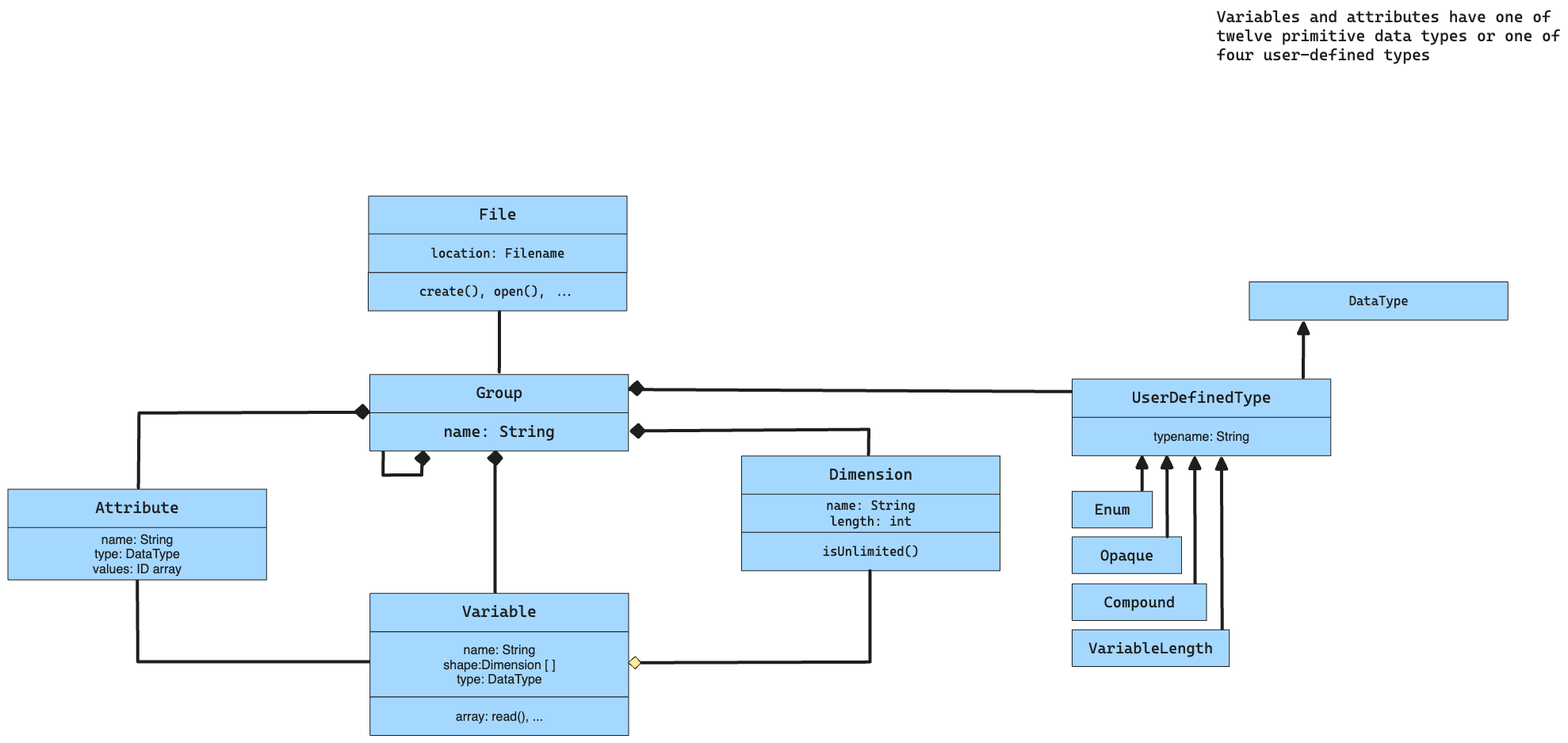
WardF/netcdf-c keeps this Excalidraw diagram as docs/images/nc4-data-model.excalidraw.png. Above is the earlier version. Source tidied: one line per element, renumbered; positions are measured from the earlier drawing's top-left corner, leaving out a move shared by most shapes.
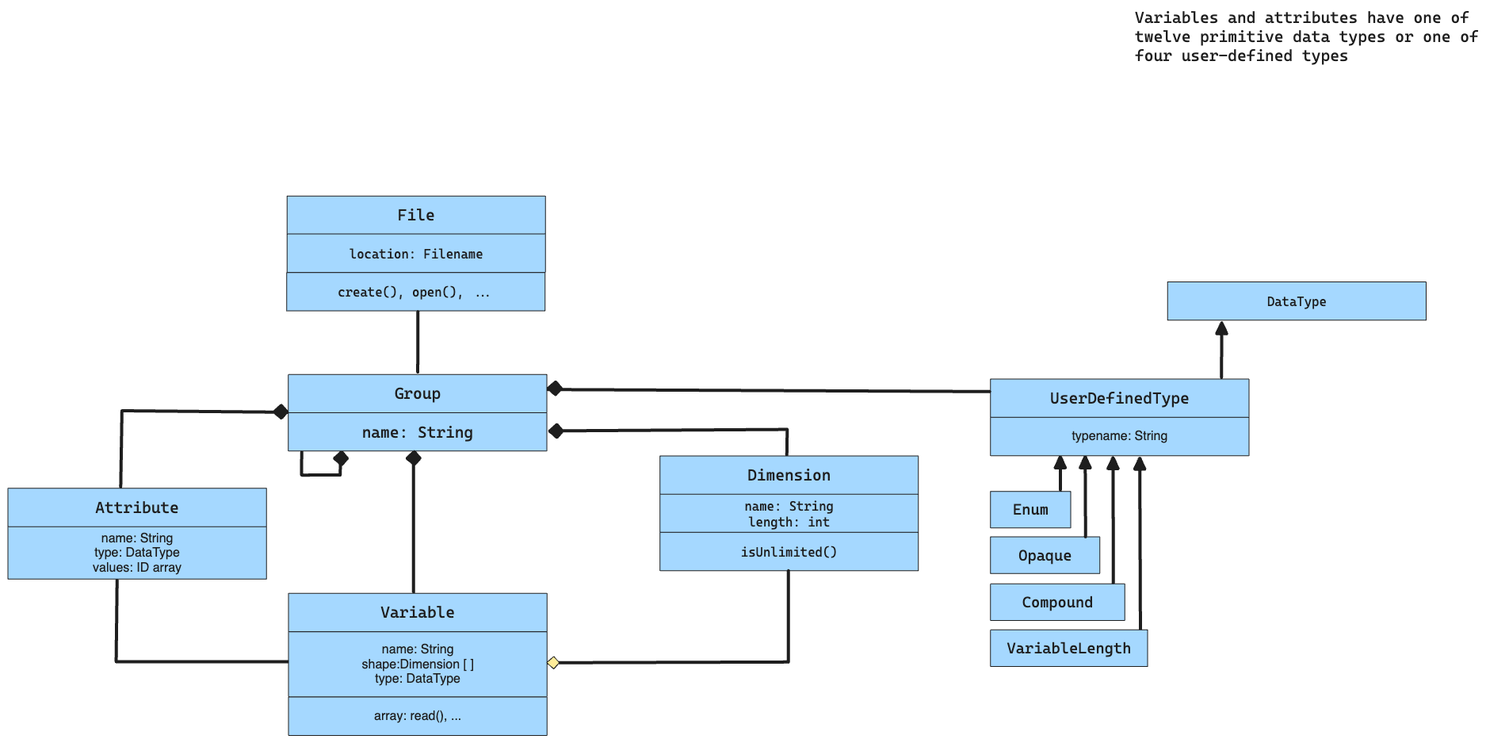
Above is the later version.

Commit message:
Add raw JSON-based excalidraw file.

What changed in the source:
```diff
@@ -2,8 +2,8 @@
 {"id": 1, "type": "arrow", "strokeColor": "#1e1e1e", "backgroundColor": "#ffec99", "fillStyle": "solid", "strokeWidth": 4, "roughness": 0, "endArrowhead": "triangle", "from": 54, "to": 45, "x": 1498, "y": 726, "width": 0, "height": 159, "points": [[0, 0], [0, -159]]}
 {"id": 2, "type": "arrow", "strokeColor": "#1e1e1e", "backgroundColor": "#1e1e1e", "fillStyle": "solid", "strokeWidth": 4, "roughness": 0, "from": 32, "to": 15, "x": 1086, "y": 564, "width": 294, "height": 32, "points": [[0, 0], [0, -32], [-293, -30]]}
 {"id": 3, "type": "arrow", "strokeColor": "#1e1e1e", "strokeWidth": 4, "roughness": 0, "from": 23, "to": 15, "x": 615, "y": 737, "width": 0, "height": 177, "points": [[0, 0], [0, -177]]}
-{"id": 4, "type": "arrow", "strokeColor": "#1e1e1e", "strokeWidth": 4, "roughness": 0, "from": 21, "to": 27, "x": 163, "y": 722, "width": 293, "height": 102, "points": [[0, 0], [1, 102], [293, 102]]}
+{"id": 4, "type": "arrow", "strokeColor": "#1e1e1e", "strokeWidth": 4, "roughness": 0, "from": 21, "to": 27, "x": 241, "y": 721, "width": 217, "height": 103, "points": [[0, 0], [-1, 103], [216, 103]]}
-{"id": 5, "type": "arrow", "strokeColor": "#1e1e1e", "strokeWidth": 4, "roughness": 0, "from": 19, "to": 15, "x": 165, "y": 605, "width": 291, "height": 95, "points": [[0, 0], [1, -94], [291, -95]]}
+{"id": 5, "type": "arrow", "strokeColor": "#1e1e1e", "strokeWidth": 4, "roughness": 0, "from": 19, "to": 29, "x": 245, "y": 604, "width": 211, "height": 96, "points": [[0, 0], [2, -96], [211, -94]]}
 {"id": 6, "type": "rectangle", "strokeColor": "#1e1e1e", "backgroundColor": "#a5d8ff", "fillStyle": "solid", "strokeWidth": 1, "roughness": 0, "x": 455, "y": 237, "width": 326, "height": 48}
 {"id": 7, "type": "text", "text": "File", "strokeColor": "#1e1e1e", "backgroundColor": "#a5d8ff", "fillStyle": "solid", "strokeWidth": 1, "roughness": 0, "fontSize": 20, "fontFamily": 3, "textAlign": "center", "verticalAlign": "middle", "inside": 6, "x": 595, "y": 249, "width": 47, "height": 24}
 {"id": 8, "type": "rectangle", "strokeColor": "#1e1e1e", "backgroundColor": "#a5d8ff", "fillStyle": "solid", "strokeWidth": 1, "roughness": 0, "x": 455, "y": 285, "width": 326, "height": 48}
@@ -17,10 +17,10 @@
 {"id": 16, "type": "text", "text": "name: String", "strokeColor": "#1e1e1e", "backgroundColor": "#a5d8ff", "fillStyle": "solid", "strokeWidth": 1, "roughness": 0, "fontSize": 20, "fontFamily": 3, "textAlign": "center", "verticalAlign": "middle", "inside": 15, "x": 549, "y": 523, "width": 141, "height": 24}
 {"id": 17, "type": "arrow", "strokeColor": "#1e1e1e", "backgroundColor": "#a5d8ff", "fillStyle": "solid", "strokeWidth": 4, "roughness": 0, "from": 10, "to": 13, "x": 620, "y": 383, "width": 0, "height": 76, "points": [[0, 0], [0, 76]]}
 {"id": 18, "type": "text", "text": "Variables and attributes have one of \ntwelve primitive data types or one of\nfour user-defined types\n", "strokeColor": "#1e1e1e", "backgroundColor": "#a5d8ff", "fillStyle": "solid", "strokeWidth": 4, "roughness": 0, "fontSize": 20, "fontFamily": 3, "x": 1525, "y": 0, "width": 434, "height": 96}
-{"id": 19, "type": "rectangle", "strokeColor": "#1e1e1e", "backgroundColor": "#a5d8ff", "fillStyle": "solid", "strokeWidth": 1, "roughness": 0, "x": 0, "y": 607, "width": 326, "height": 48}
+{"id": 19, "type": "rectangle", "strokeColor": "#1e1e1e", "backgroundColor": "#a5d8ff", "fillStyle": "solid", "strokeWidth": 1, "roughness": 0, "x": 103, "y": 606, "width": 326, "height": 48}
-{"id": 20, "type": "text", "text": "Attribute", "strokeColor": "#1e1e1e", "strokeWidth": 2, "roughness": 1, "fontSize": 20, "fontFamily": 3, "textAlign": "center", "verticalAlign": "middle", "inside": 19, "x": 110, "y": 619, "width": 105, "height": 24}
+{"id": 20, "type": "text", "text": "Attribute", "strokeColor": "#1e1e1e", "strokeWidth": 2, "roughness": 1, "fontSize": 20, "fontFamily": 3, "textAlign": "center", "verticalAlign": "middle", "inside": 19, "x": 213, "y": 618, "width": 105, "height": 24}
-{"id": 21, "type": "rectangle", "strokeColor": "#1e1e1e", "backgroundColor": "#a5d8ff", "fillStyle": "solid", "strokeWidth": 1, "roughness": 0, "x": 0, "y": 655, "width": 326, "height": 66}
+{"id": 21, "type": "rectangle", "strokeColor": "#1e1e1e", "backgroundColor": "#a5d8ff", "fillStyle": "solid", "strokeWidth": 1, "roughness": 0, "x": 103, "y": 654, "width": 326, "height": 66}
-{"id": 22, "type": "text", "text": "name: String\ntype: DataType\nvalues: ID array", "strokeColor": "#1e1e1e", "strokeWidth": 2, "roughness": 1, "fontSize": 16, "fontFamily": 2, "textAlign": "center", "verticalAlign": "middle", "inside": 21, "x": 107, "y": 661, "width": 112, "height": 55}
+{"id": 22, "type": "text", "text": "name: String\ntype: DataType\nvalues: ID array", "strokeColor": "#1e1e1e", "strokeWidth": 2, "roughness": 1, "fontSize": 16, "fontFamily": 2, "textAlign": "center", "verticalAlign": "middle", "inside": 21, "x": 210, "y": 660, "width": 112, "height": 55}
 {"id": 23, "type": "rectangle", "strokeColor": "#1e1e1e", "backgroundColor": "#a5d8ff", "fillStyle": "solid", "strokeWidth": 1, "roughness": 0, "x": 457, "y": 738, "width": 326, "height": 48}
 {"id": 24, "type": "text", "text": "Variable", "strokeColor": "#1e1e1e", "strokeWidth": 4, "roughness": 0, "fontSize": 20, "fontFamily": 3, "textAlign": "center", "verticalAlign": "middle", "inside": 23, "x": 573, "y": 750, "width": 94, "height": 24}
 {"id": 25, "type": "rectangle", "strokeColor": "#1e1e1e", "backgroundColor": "#a5d8ff", "fillStyle": "solid", "strokeWidth": 1, "roughness": 0, "x": 457, "y": 869, "width": 326, "height": 48}
```
